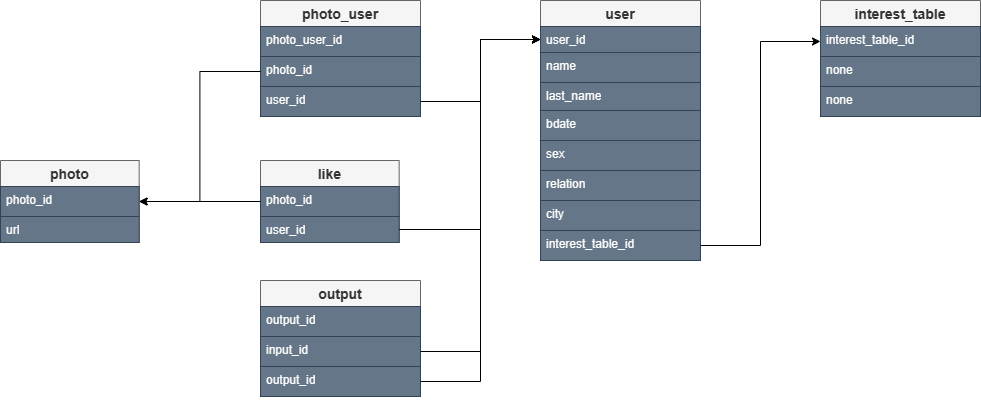
Above: DataBase/VKinderDB.png in Vector232/Diplom_VKinder (draw.io), before the change. Source tidied: cells renumbered, new cells last; positions are measured from the earlier drawing's top-left corner, leaving out a move shared by most shapes.
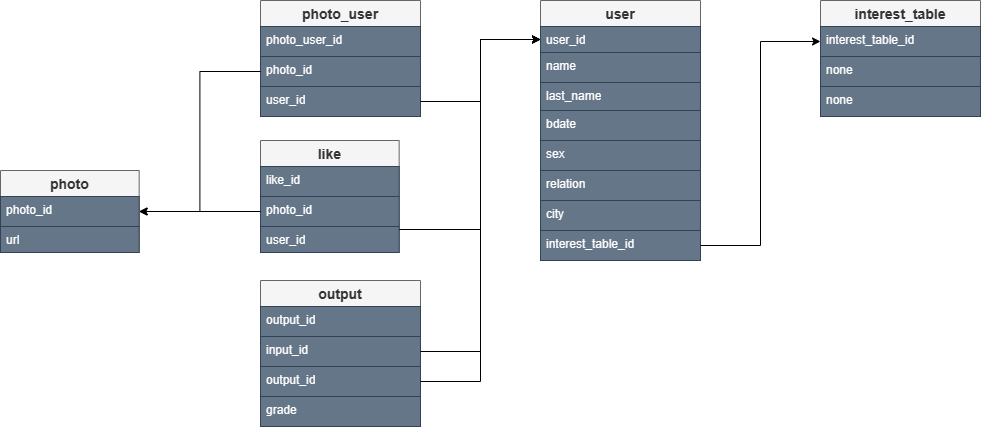
After the change.

Diff of the diagram source:
```diff
@@ -54,7 +54,7 @@
       <mxGeometry y="86" width="160" height="30" as="geometry" />
     </mxCell>
     <mxCell id="19" value="photo" style="swimlane;fontStyle=1;horizontal=1;startSize=26;align=center;fontSize=14;fillColor=#f5f5f5;fontColor=#333333;strokeColor=#666666;" parent="1" vertex="1">
-      <mxGeometry y="160" width="138.7" height="82" as="geometry" />
+      <mxGeometry y="170" width="138.7" height="82" as="geometry" />
     </mxCell>
     <mxCell id="20" value="photo_id" style="text;strokeColor=#314354;fillColor=#647687;spacingLeft=4;spacingRight=4;overflow=hidden;points=[[0,0.5],[1,0.5]];portConstraint=eastwest;fontSize=12;whiteSpace=wrap;html=1;fontColor=#ffffff;" parent="19" vertex="1">
       <mxGeometry y="26" width="138.7" height="30" as="geometry" />
@@ -69,7 +69,7 @@
       <mxGeometry relative="1" as="geometry" />
     </mxCell>
     <mxCell id="24" value="output" style="swimlane;fontStyle=1;horizontal=1;startSize=26;align=center;fontSize=14;fillColor=#f5f5f5;fontColor=#333333;strokeColor=#666666;" parent="1" vertex="1">
-      <mxGeometry x="260" y="280" width="160" height="116" as="geometry" />
+      <mxGeometry x="260" y="280" width="160" height="146" as="geometry" />
     </mxCell>
     <mxCell id="25" value="output_id" style="text;strokeColor=#314354;fillColor=#647687;spacingLeft=4;spacingRight=4;overflow=hidden;fontSize=12;whiteSpace=wrap;html=1;fontColor=#ffffff;" parent="24" vertex="1">
       <mxGeometry y="26" width="160" height="30" as="geometry" />
@@ -80,6 +80,9 @@
     <mxCell id="27" value="output_id" style="text;strokeColor=#314354;fillColor=#647687;spacingLeft=4;spacingRight=4;overflow=hidden;points=[[0,0.5],[1,0.5]];portConstraint=eastwest;fontSize=12;whiteSpace=wrap;html=1;fontColor=#ffffff;" parent="24" vertex="1">
       <mxGeometry y="86" width="160" height="30" as="geometry" />
     </mxCell>
+    <mxCell id="36" value="grade" style="text;strokeColor=#314354;fillColor=#647687;spacingLeft=4;spacingRight=4;overflow=hidden;fontSize=12;whiteSpace=wrap;html=1;fontColor=#ffffff;" parent="24" vertex="1">
+      <mxGeometry y="116" width="160" height="30" as="geometry" />
+    </mxCell>
     <mxCell id="28" style="edgeStyle=orthogonalEdgeStyle;rounded=0;jettySize=auto;html=1;" parent="1" edge="1" source="26" target="3">
       <mxGeometry relative="1" as="geometry" />
     </mxCell>
@@ -87,13 +90,16 @@
       <mxGeometry relative="1" as="geometry" />
     </mxCell>
     <mxCell id="30" value="like" style="swimlane;fontStyle=1;horizontal=1;startSize=26;align=center;fontSize=14;fillColor=#f5f5f5;fontColor=#333333;strokeColor=#666666;" parent="1" vertex="1">
-      <mxGeometry x="260" y="160" width="138.7" height="82" as="geometry" />
+      <mxGeometry x="260" y="140" width="138.7" height="112" as="geometry" />
     </mxCell>
+    <mxCell id="37" value="like_id" style="text;strokeColor=#314354;fillColor=#647687;spacingLeft=4;spacingRight=4;overflow=hidden;fontSize=12;whiteSpace=wrap;html=1;fontColor=#ffffff;" parent="30" vertex="1">
+      <mxGeometry y="26" width="138.7" height="30" as="geometry" />
+    </mxCell>
     <mxCell id="31" value="photo_id" style="text;strokeColor=#314354;fillColor=#647687;spacingLeft=4;spacingRight=4;overflow=hidden;points=[[0,0.5],[1,0.5]];portConstraint=eastwest;fontSize=12;whiteSpace=wrap;html=1;fontColor=#ffffff;" parent="30" vertex="1">
-      <mxGeometry y="26" width="138.7" height="30" as="geometry" />
+      <mxGeometry y="56" width="138.7" height="30" as="geometry" />
     </mxCell>
     <mxCell id="32" value="user_id" style="text;strokeColor=#314354;fillColor=#647687;spacingLeft=4;spacingRight=4;overflow=hidden;points=[[0,0.5],[1,0.5]];portConstraint=eastwest;fontSize=12;whiteSpace=wrap;html=1;fontColor=#ffffff;" parent="30" vertex="1">
-      <mxGeometry y="56" width="138.7" height="26" as="geometry" />
+      <mxGeometry y="86" width="138.7" height="26" as="geometry" />
     </mxCell>
     <mxCell id="33" style="edgeStyle=orthogonalEdgeStyle;rounded=0;jettySize=auto;html=1;" parent="1" edge="1" source="31" target="20">
       <mxGeometry relative="1" as="geometry" />
```
